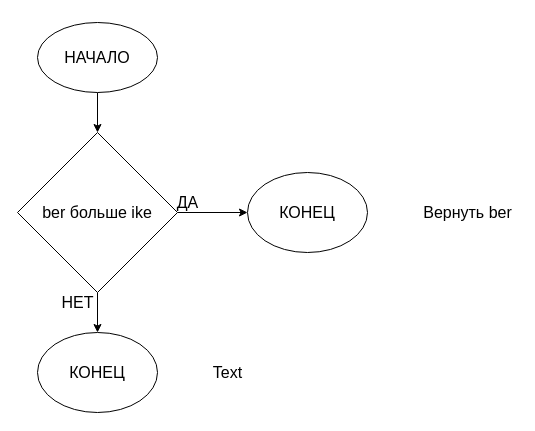
Above: lr 2.2/text/maxim.drawio in eldarbr/silver-funicular (draw.io), before the change. Source tidied: cells renumbered, new cells numbered last; positions are measured from the earlier drawing's top-left corner, leaving out a move shared by most shapes. Both pictures are drawn from the tidied source at 100%, with x=0, y=0 at pixel (17, 22).
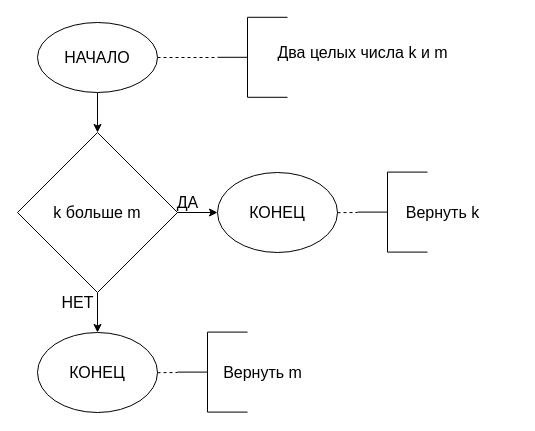
Above is the later version.

The change refers to these unchanged cells:
```xml
<mxCell id="3" value="НАЧАЛО" style="ellipse;whiteSpace=wrap;html=1;fontSize=16;" parent="1" vertex="1">
  <mxGeometry x="20" width="120" height="70" as="geometry" />
</mxCell>
```

The edit, as a diff of the source:
```diff
@@
-    <mxCell id="6" value="ber больше ike" style="rhombus;whiteSpace=wrap;html=1;fontSize=16;" parent="1" vertex="1">
+    <mxCell id="6" value="k больше m" style="rhombus;whiteSpace=wrap;html=1;fontSize=16;" parent="1" vertex="1">
       <mxGeometry y="110" width="160" height="160" as="geometry" />
     </mxCell>
     <mxCell id="7" value="КОНЕЦ" style="ellipse;whiteSpace=wrap;html=1;fontSize=16;" parent="1" vertex="1">
-      <mxGeometry x="230" y="150" width="120" height="80" as="geometry" />
+      <mxGeometry x="200" y="150" width="120" height="80" as="geometry" />
     </mxCell>
@@
-    <mxCell id="9" value="Вернуть ber" style="text;html=1;align=center;verticalAlign=middle;strokeColor=none;fillColor=none;fontSize=16;" parent="1" vertex="1">
-      <mxGeometry x="400" y="180" width="100" height="20" as="geometry" />
+    <mxCell id="9" value="Вернуть k" style="text;html=1;align=center;verticalAlign=middle;strokeColor=none;fillColor=none;fontSize=16;" parent="1" vertex="1">
+      <mxGeometry x="380" y="180" width="90" height="20" as="geometry" />
     </mxCell>
@@
-    <mxCell id="12" value="Text" style="text;html=1;align=center;verticalAlign=middle;strokeColor=none;fillColor=none;fontSize=16;" parent="1" vertex="1">
-      <mxGeometry x="190" y="340" width="40" height="20" as="geometry" />
+    <mxCell id="12" value="Вернуть m" style="text;html=1;align=center;verticalAlign=middle;strokeColor=none;fillColor=none;fontSize=16;" parent="1" vertex="1">
+      <mxGeometry x="200" y="340" width="90" height="20" as="geometry" />
     </mxCell>
+    <mxCell id="13" style="endArrow=none;html=1;rounded=0;fontSize=16;" parent="1" edge="1">
+      <mxGeometry relative="1" as="geometry">
+        <mxPoint x="230" y="34.8" as="sourcePoint" />
+        <mxPoint x="200" y="34.8" as="targetPoint" />
+      </mxGeometry>
+    </mxCell>
+    <mxCell id="14" style="endArrow=none;html=1;rounded=0;fontSize=16;" parent="1" edge="1">
+      <mxGeometry relative="1" as="geometry">
+        <mxPoint x="230" y="74.8" as="sourcePoint" />
+        <mxPoint x="230" y="-5.2" as="targetPoint" />
+      </mxGeometry>
+    </mxCell>
+    <mxCell id="15" value="Два целых числа k и m" style="text;html=1;align=center;verticalAlign=middle;strokeColor=none;fillColor=none;fontSize=16;" parent="1" vertex="1">
+      <mxGeometry x="250" y="20.3" width="190" height="20" as="geometry" />
+    </mxCell>
+    <mxCell id="16" style="endArrow=none;html=1;rounded=0;fontSize=16;" parent="1" edge="1">
+      <mxGeometry relative="1" as="geometry">
+        <mxPoint x="270" y="-5.2" as="sourcePoint" />
+        <mxPoint x="230" y="-5.2" as="targetPoint" />
+      </mxGeometry>
+    </mxCell>
+    <mxCell id="17" style="endArrow=none;html=1;rounded=0;fontSize=16;" parent="1" edge="1">
+      <mxGeometry relative="1" as="geometry">
+        <mxPoint x="270" y="74.8" as="sourcePoint" />
+        <mxPoint x="230" y="74.8" as="targetPoint" />
+      </mxGeometry>
+    </mxCell>
+    <mxCell id="18" style="endArrow=none;dashed=1;html=1;rounded=0;exitX=1;exitY=0.5;exitDx=0;exitDy=0;" parent="1" edge="1" source="3">
+      <mxGeometry relative="1" as="geometry">
+        <mxPoint x="200" y="35" as="targetPoint" />
+      </mxGeometry>
+    </mxCell>
+    <mxCell id="19" style="endArrow=none;html=1;rounded=0;fontSize=16;" parent="1" edge="1">
+      <mxGeometry relative="1" as="geometry">
+        <mxPoint x="370" y="189.6" as="sourcePoint" />
+        <mxPoint x="340" y="189.6" as="targetPoint" />
+      </mxGeometry>
+    </mxCell>
+    <mxCell id="20" style="endArrow=none;html=1;rounded=0;fontSize=16;" parent="1" edge="1">
+      <mxGeometry relative="1" as="geometry">
+        <mxPoint x="370" y="229.6" as="sourcePoint" />
+        <mxPoint x="370" y="149.6" as="targetPoint" />
+      </mxGeometry>
+    </mxCell>
+    <mxCell id="21" style="endArrow=none;html=1;rounded=0;fontSize=16;" parent="1" edge="1">
+      <mxGeometry relative="1" as="geometry">
+        <mxPoint x="410" y="149.6" as="sourcePoint" />
+        <mxPoint x="370" y="149.6" as="targetPoint" />
+      </mxGeometry>
+    </mxCell>
+    <mxCell id="22" style="endArrow=none;html=1;rounded=0;fontSize=16;" parent="1" edge="1">
+      <mxGeometry relative="1" as="geometry">
+        <mxPoint x="410" y="229.6" as="sourcePoint" />
+        <mxPoint x="370" y="229.6" as="targetPoint" />
+      </mxGeometry>
+    </mxCell>
+    <mxCell id="23" style="endArrow=none;dashed=1;html=1;rounded=0;exitX=1;exitY=0.5;exitDx=0;exitDy=0;" parent="1" edge="1">
+      <mxGeometry relative="1" as="geometry">
+        <mxPoint x="320" y="190.2" as="sourcePoint" />
+        <mxPoint x="340" y="190" as="targetPoint" />
+      </mxGeometry>
+    </mxCell>
+    <mxCell id="24" style="endArrow=none;html=1;rounded=0;fontSize=16;" parent="1" edge="1">
+      <mxGeometry relative="1" as="geometry">
+        <mxPoint x="190" y="349.6" as="sourcePoint" />
+        <mxPoint x="160" y="349.6" as="targetPoint" />
+      </mxGeometry>
+    </mxCell>
+    <mxCell id="25" style="endArrow=none;html=1;rounded=0;fontSize=16;" parent="1" edge="1">
+      <mxGeometry relative="1" as="geometry">
+        <mxPoint x="190" y="389.6" as="sourcePoint" />
+        <mxPoint x="190" y="309.6" as="targetPoint" />
+      </mxGeometry>
+    </mxCell>
+    <mxCell id="26" style="endArrow=none;html=1;rounded=0;fontSize=16;" parent="1" edge="1">
+      <mxGeometry relative="1" as="geometry">
+        <mxPoint x="230" y="309.6" as="sourcePoint" />
+        <mxPoint x="190" y="309.6" as="targetPoint" />
+      </mxGeometry>
+    </mxCell>
+    <mxCell id="27" style="endArrow=none;html=1;rounded=0;fontSize=16;" parent="1" edge="1">
+      <mxGeometry relative="1" as="geometry">
+        <mxPoint x="230" y="389.6" as="sourcePoint" />
+        <mxPoint x="190" y="389.6" as="targetPoint" />
+      </mxGeometry>
+    </mxCell>
+    <mxCell id="28" style="endArrow=none;dashed=1;html=1;rounded=0;exitX=1;exitY=0.5;exitDx=0;exitDy=0;" parent="1" edge="1">
+      <mxGeometry relative="1" as="geometry">
+        <mxPoint x="140" y="350.2" as="sourcePoint" />
+        <mxPoint x="160" y="350" as="targetPoint" />
+      </mxGeometry>
+    </mxCell>
```
